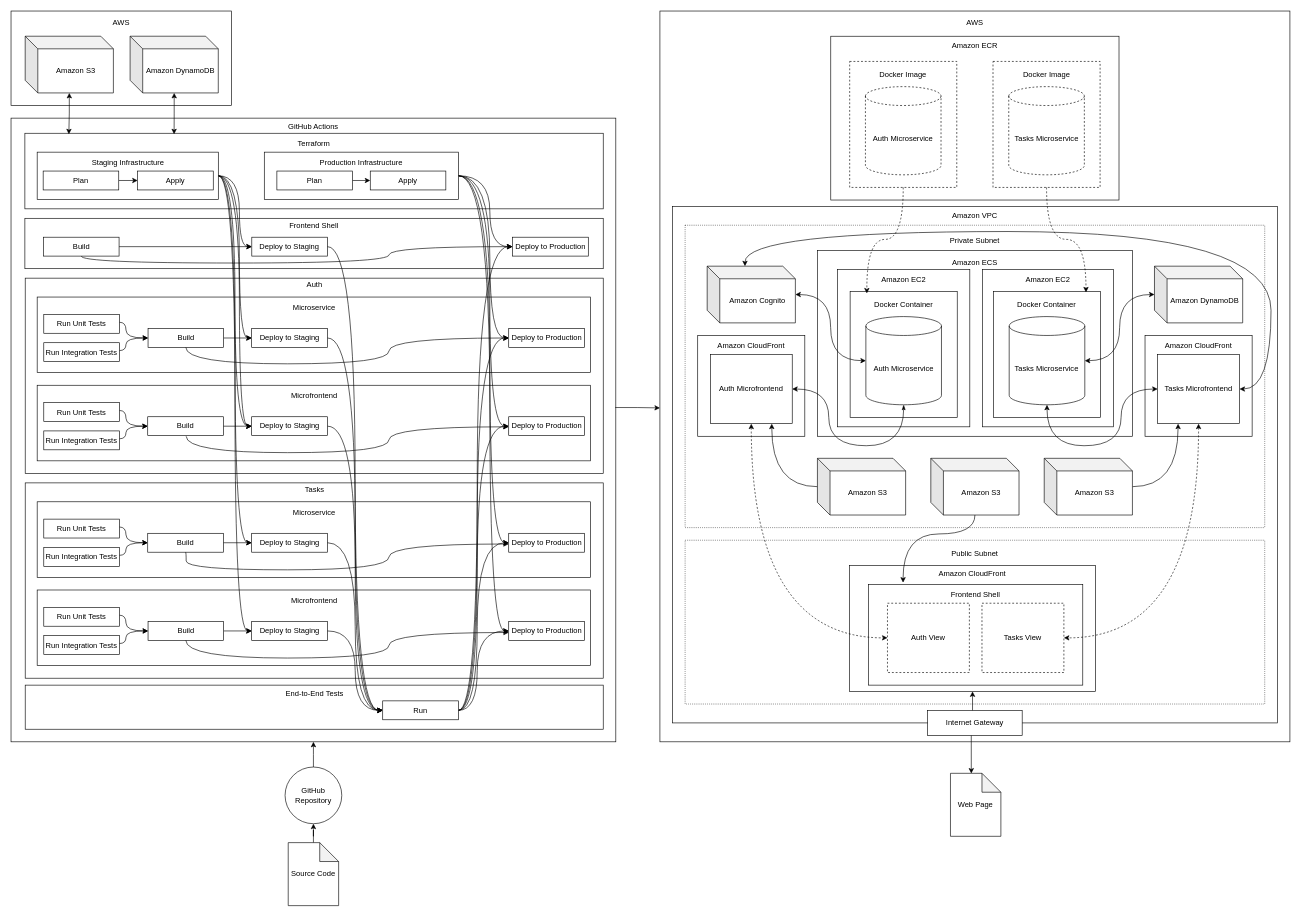
wlnzed/mytasks keeps this draw.io diagram as maps.drawio. Above is the earlier version. Source tidied: cells renumbered, new cells numbered last; positions are measured from the earlier drawing's top-left corner, leaving out a move shared by most shapes. Both pictures are drawn from the tidied source at 63%, with x=0, y=0 at pixel (11, 11).
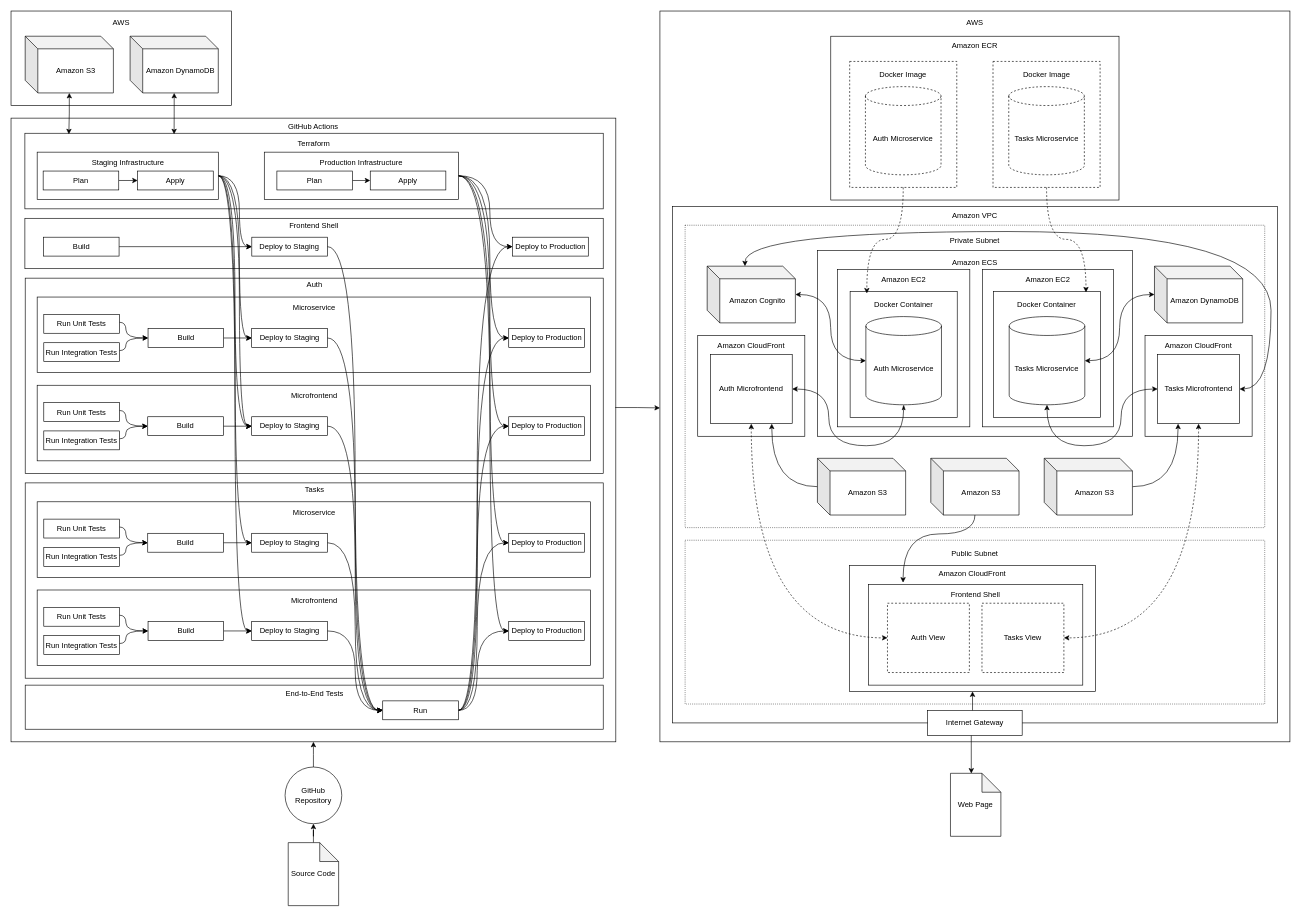
After the change.

Commit message:
maps: remove redundant job dependency from gitlab ci diagram

The change refers to these unchanged cells:
```xml
<mxCell id="61" value="Build" style="rounded=0;whiteSpace=wrap;html=1;" parent="1" vertex="1">
  <mxGeometry x="217.5" y="969" width="120" height="30" as="geometry" />
</mxCell>
<mxCell id="66" value="Build" style="rounded=0;whiteSpace=wrap;html=1;" parent="1" vertex="1">
  <mxGeometry x="51.5" y="359" width="120" height="30" as="geometry" />
</mxCell>
<mxCell id="74" value="Build" style="rounded=0;whiteSpace=wrap;html=1;" parent="1" vertex="1">
  <mxGeometry x="217" y="829" width="120" height="30" as="geometry" />
</mxCell>
<mxCell id="91" value="Build" style="rounded=0;whiteSpace=wrap;html=1;" parent="1" vertex="1">
  <mxGeometry x="217.5" y="504" width="120" height="30" as="geometry" />
</mxCell>
<mxCell id="124" value="Deploy to Production" style="rounded=0;whiteSpace=wrap;html=1;" parent="1" vertex="1">
  <mxGeometry x="790" y="969" width="120.5" height="30" as="geometry" />
</mxCell>
<mxCell id="125" value="Deploy to Production" style="rounded=0;whiteSpace=wrap;html=1;" parent="1" vertex="1">
  <mxGeometry x="790" y="829" width="120.5" height="30" as="geometry" />
</mxCell>
<mxCell id="127" value="Deploy to Production" style="rounded=0;whiteSpace=wrap;html=1;" parent="1" vertex="1">
  <mxGeometry x="790" y="504" width="120.5" height="30" as="geometry" />
</mxCell>
<mxCell id="128" value="Deploy to Production" style="rounded=0;whiteSpace=wrap;html=1;" parent="1" vertex="1">
  <mxGeometry x="795.8" y="359" width="120.5" height="30" as="geometry" />
</mxCell>
```

Diff of the diagram source:
```diff
@@
-    <mxCell id="65" style="edgeStyle=orthogonalEdgeStyle;rounded=0;jettySize=auto;html=1;entryX=0;entryY=0.5;entryDx=0;entryDy=0;curved=1;" parent="1" edge="1" source="66" target="128">
-      <mxGeometry relative="1" as="geometry">
-        <Array as="points">
-          <mxPoint x="111" y="400" />
-          <mxPoint x="600" y="400" />
-          <mxPoint x="600" y="374" />
-        </Array>
-      </mxGeometry>
-    </mxCell>
@@
-    <mxCell id="130" style="edgeStyle=orthogonalEdgeStyle;rounded=0;jettySize=auto;html=1;entryX=0;entryY=0.5;entryDx=0;entryDy=0;curved=1;exitX=0.5;exitY=1;exitDx=0;exitDy=0;" parent="1" edge="1" source="91" target="127">
-      <mxGeometry relative="1" as="geometry">
-        <Array as="points">
-          <mxPoint x="278" y="560" />
-          <mxPoint x="600" y="560" />
-          <mxPoint x="600" y="519" />
-        </Array>
-      </mxGeometry>
-    </mxCell>
-    <mxCell id="131" style="edgeStyle=orthogonalEdgeStyle;rounded=0;orthogonalLoop=1;jettySize=auto;html=1;entryX=0;entryY=0.5;entryDx=0;entryDy=0;curved=1;exitX=0.5;exitY=1;exitDx=0;exitDy=0;" parent="1" edge="1">
-      <mxGeometry relative="1" as="geometry">
-        <mxPoint x="278" y="675" as="sourcePoint" />
-        <mxPoint x="790" y="660" as="targetPoint" />
-        <Array as="points">
-          <mxPoint x="278" y="701" />
-          <mxPoint x="600" y="701" />
-          <mxPoint x="600" y="660" />
-        </Array>
-      </mxGeometry>
-    </mxCell>
-    <mxCell id="132" style="edgeStyle=orthogonalEdgeStyle;rounded=0;jettySize=auto;html=1;curved=1;exitX=0.5;exitY=1;exitDx=0;exitDy=0;" parent="1" edge="1" source="74" target="125">
-      <mxGeometry relative="1" as="geometry">
-        <Array as="points">
-          <mxPoint x="278" y="859" />
-          <mxPoint x="278" y="887" />
-          <mxPoint x="600" y="887" />
-          <mxPoint x="600" y="846" />
-        </Array>
-      </mxGeometry>
-    </mxCell>
-    <mxCell id="133" style="edgeStyle=orthogonalEdgeStyle;rounded=0;jettySize=auto;html=1;entryX=0.001;entryY=0.583;entryDx=0;entryDy=0;curved=1;exitX=0.5;exitY=1;exitDx=0;exitDy=0;entryPerimeter=0;" parent="1" edge="1" source="61" target="124">
-      <mxGeometry relative="1" as="geometry">
-        <Array as="points">
-          <mxPoint x="278" y="1027" />
-          <mxPoint x="600" y="1027" />
-          <mxPoint x="600" y="987" />
-        </Array>
-      </mxGeometry>
-    </mxCell>
```
